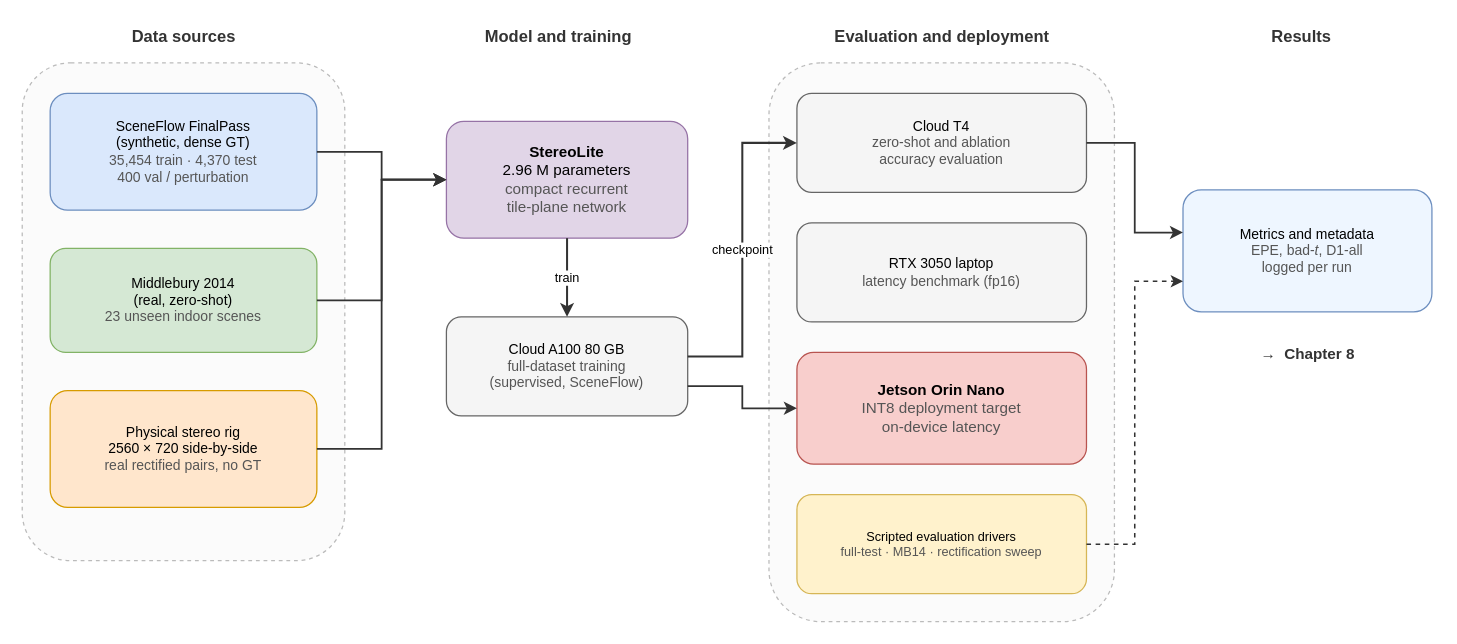
abrar-nazib/StereoLite keeps this draw.io diagram as thesis/book/figures/fig_7_setup.drawio. Above is the earlier version. Source tidied: cells renumbered, new cells numbered last; positions are measured from the earlier drawing's top-left corner, leaving out a move shared by most shapes. Both pictures are drawn from the tidied source at 127%, with x=0, y=0 at pixel (22, 22).
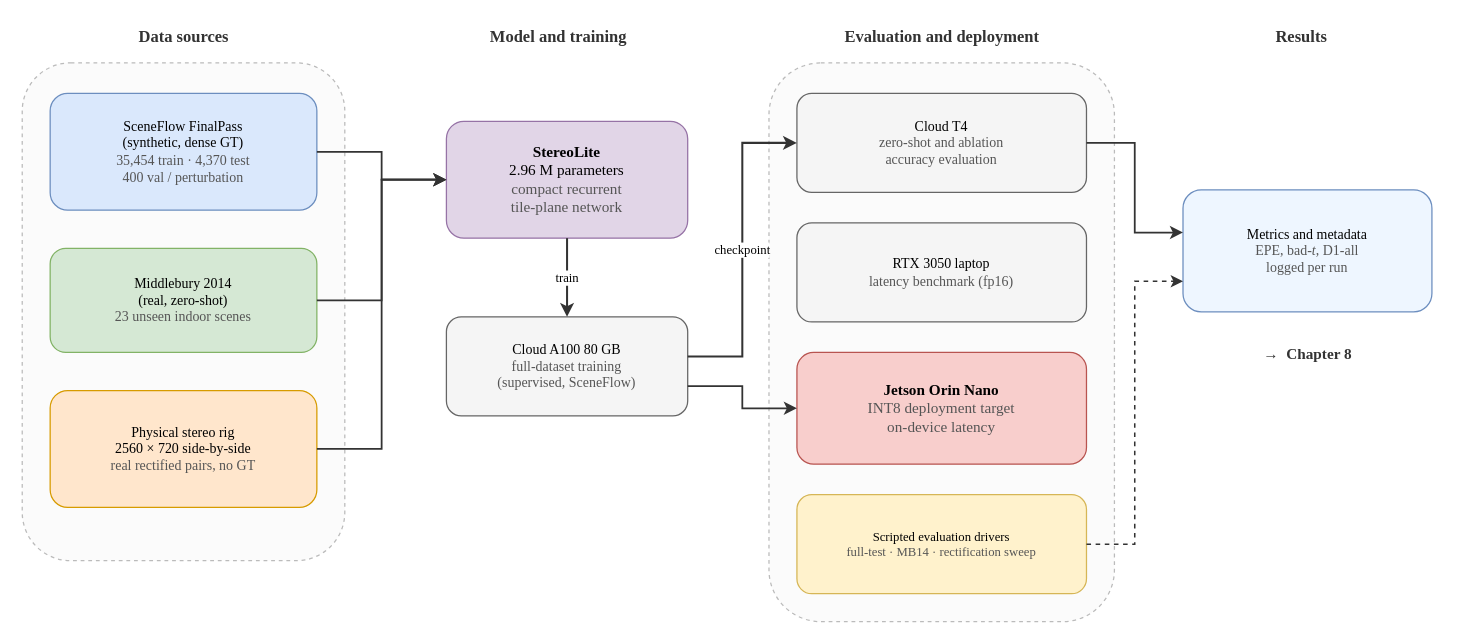
Above is the later version.

What changed in the source:
```diff
@@
-    <mxCell id="2" value="Data sources" style="text;html=1;align=center;verticalAlign=middle;fontSize=13;fontStyle=1;fontColor=#333333;" parent="1" vertex="1">
+    <mxCell id="2" value="Data sources" style="text;html=1;align=center;verticalAlign=middle;fontSize=13;fontStyle=1;fontColor=#333333;fontFamily=Times New Roman;" parent="1" vertex="1">
       <mxGeometry x="2" width="250" height="22" as="geometry" />
     </mxCell>
-    <mxCell id="3" style="rounded=1;whiteSpace=wrap;html=1;fillColor=#fbfbfb;strokeColor=#bbbbbb;fontSize=11;align=center;dashed=1;" parent="1" vertex="1">
+    <mxCell id="3" style="rounded=1;whiteSpace=wrap;html=1;fillColor=#fbfbfb;strokeColor=#bbbbbb;fontSize=11;align=center;dashed=1;fontFamily=Times New Roman;" parent="1" vertex="1">
       <mxGeometry y="32" width="254" height="392" as="geometry" />
     </mxCell>
-    <mxCell id="4" value="SceneFlow FinalPass&lt;br&gt;(synthetic, dense GT)&lt;br&gt;&lt;font color='#555'&gt;35,454 train · 4,370 test&lt;br&gt;400 val / perturbation&lt;/font&gt;" style="rounded=1;whiteSpace=wrap;html=1;fillColor=#dae8fc;strokeColor=#6c8ebf;fontSize=11;align=center;" parent="1" vertex="1">
+    <mxCell id="4" value="SceneFlow FinalPass&lt;br&gt;(synthetic, dense GT)&lt;br&gt;&lt;font color='#555'&gt;35,454 train · 4,370 test&lt;br&gt;400 val / perturbation&lt;/font&gt;" style="rounded=1;whiteSpace=wrap;html=1;fillColor=#dae8fc;strokeColor=#6c8ebf;fontSize=11;align=center;fontFamily=Times New Roman;" parent="1" vertex="1">
       <mxGeometry x="22" y="56" width="210" height="92" as="geometry" />
     </mxCell>
-    <mxCell id="5" value="Middlebury 2014&lt;br&gt;(real, zero-shot)&lt;br&gt;&lt;font color='#555'&gt;23 unseen indoor scenes&lt;/font&gt;" style="rounded=1;whiteSpace=wrap;html=1;fillColor=#d5e8d4;strokeColor=#82b366;fontSize=11;align=center;" parent="1" vertex="1">
+    <mxCell id="5" value="Middlebury 2014&lt;br&gt;(real, zero-shot)&lt;br&gt;&lt;font color='#555'&gt;23 unseen indoor scenes&lt;/font&gt;" style="rounded=1;whiteSpace=wrap;html=1;fillColor=#d5e8d4;strokeColor=#82b366;fontSize=11;align=center;fontFamily=Times New Roman;" parent="1" vertex="1">
       <mxGeometry x="22" y="178" width="210" height="82" as="geometry" />
     </mxCell>
-    <mxCell id="6" value="Physical stereo rig&lt;br&gt;2560 &amp;#215; 720 side-by-side&lt;br&gt;&lt;font color='#555'&gt;real rectified pairs, no GT&lt;/font&gt;" style="rounded=1;whiteSpace=wrap;html=1;fillColor=#ffe6cc;strokeColor=#d79b00;fontSize=11;align=center;" parent="1" vertex="1">
+    <mxCell id="6" value="Physical stereo rig&lt;br&gt;2560 &amp;#215; 720 side-by-side&lt;br&gt;&lt;font color='#555'&gt;real rectified pairs, no GT&lt;/font&gt;" style="rounded=1;whiteSpace=wrap;html=1;fillColor=#ffe6cc;strokeColor=#d79b00;fontSize=11;align=center;fontFamily=Times New Roman;" parent="1" vertex="1">
       <mxGeometry x="22" y="290" width="210" height="92" as="geometry" />
     </mxCell>
-    <mxCell id="7" value="Model and training" style="text;html=1;align=center;verticalAlign=middle;fontSize=13;fontStyle=1;fontColor=#333333;" parent="1" vertex="1">
+    <mxCell id="7" value="Model and training" style="text;html=1;align=center;verticalAlign=middle;fontSize=13;fontStyle=1;fontColor=#333333;fontFamily=Times New Roman;" parent="1" vertex="1">
       <mxGeometry x="322" width="200" height="22" as="geometry" />
     </mxCell>
-    <mxCell id="8" value="&lt;b&gt;StereoLite&lt;/b&gt;&lt;br&gt;2.96 M parameters&lt;br&gt;&lt;font color='#555'&gt;compact recurrent&lt;br&gt;tile-plane network&lt;/font&gt;" style="rounded=1;whiteSpace=wrap;html=1;fillColor=#e1d5e7;strokeColor=#9673a6;fontSize=12;align=center;" parent="1" vertex="1">
+    <mxCell id="8" value="&lt;b&gt;StereoLite&lt;/b&gt;&lt;br&gt;2.96 M parameters&lt;br&gt;&lt;font color='#555'&gt;compact recurrent&lt;br&gt;tile-plane network&lt;/font&gt;" style="rounded=1;whiteSpace=wrap;html=1;fillColor=#e1d5e7;strokeColor=#9673a6;fontSize=12;align=center;fontFamily=Times New Roman;" parent="1" vertex="1">
       <mxGeometry x="334" y="78" width="190" height="92" as="geometry" />
     </mxCell>
-    <mxCell id="9" value="Cloud A100 80 GB&lt;br&gt;&lt;font color='#555'&gt;full-dataset training&lt;br&gt;(supervised, SceneFlow)&lt;/font&gt;" style="rounded=1;whiteSpace=wrap;html=1;fillColor=#f5f5f5;strokeColor=#666666;fontSize=11;align=center;" parent="1" vertex="1">
+    <mxCell id="9" value="Cloud A100 80 GB&lt;br&gt;&lt;font color='#555'&gt;full-dataset training&lt;br&gt;(supervised, SceneFlow)&lt;/font&gt;" style="rounded=1;whiteSpace=wrap;html=1;fillColor=#f5f5f5;strokeColor=#666666;fontSize=11;align=center;fontFamily=Times New Roman;" parent="1" vertex="1">
       <mxGeometry x="334" y="232" width="190" height="78" as="geometry" />
     </mxCell>
-    <mxCell id="10" value="Evaluation and deployment" style="text;html=1;align=center;verticalAlign=middle;fontSize=13;fontStyle=1;fontColor=#333333;" parent="1" vertex="1">
+    <mxCell id="10" value="Evaluation and deployment" style="text;html=1;align=center;verticalAlign=middle;fontSize=13;fontStyle=1;fontColor=#333333;fontFamily=Times New Roman;" parent="1" vertex="1">
       <mxGeometry x="590" width="268" height="22" as="geometry" />
     </mxCell>
-    <mxCell id="11" style="rounded=1;whiteSpace=wrap;html=1;fillColor=#fbfbfb;strokeColor=#bbbbbb;fontSize=11;align=center;dashed=1;" parent="1" vertex="1">
+    <mxCell id="11" style="rounded=1;whiteSpace=wrap;html=1;fillColor=#fbfbfb;strokeColor=#bbbbbb;fontSize=11;align=center;dashed=1;fontFamily=Times New Roman;" parent="1" vertex="1">
       <mxGeometry x="588" y="32" width="272" height="440" as="geometry" />
     </mxCell>
-    <mxCell id="12" value="Cloud T4&lt;br&gt;&lt;font color='#555'&gt;zero-shot and ablation&lt;br&gt;accuracy evaluation&lt;/font&gt;" style="rounded=1;whiteSpace=wrap;html=1;fillColor=#f5f5f5;strokeColor=#666666;fontSize=11;align=center;" parent="1" vertex="1">
+    <mxCell id="12" value="Cloud T4&lt;br&gt;&lt;font color='#555'&gt;zero-shot and ablation&lt;br&gt;accuracy evaluation&lt;/font&gt;" style="rounded=1;whiteSpace=wrap;html=1;fillColor=#f5f5f5;strokeColor=#666666;fontSize=11;align=center;fontFamily=Times New Roman;" parent="1" vertex="1">
       <mxGeometry x="610" y="56" width="228" height="78" as="geometry" />
     </mxCell>
-    <mxCell id="13" value="RTX 3050 laptop&lt;br&gt;&lt;font color='#555'&gt;latency benchmark (fp16)&lt;/font&gt;" style="rounded=1;whiteSpace=wrap;html=1;fillColor=#f5f5f5;strokeColor=#666666;fontSize=11;align=center;" parent="1" vertex="1">
+    <mxCell id="13" value="RTX 3050 laptop&lt;br&gt;&lt;font color='#555'&gt;latency benchmark (fp16)&lt;/font&gt;" style="rounded=1;whiteSpace=wrap;html=1;fillColor=#f5f5f5;strokeColor=#666666;fontSize=11;align=center;fontFamily=Times New Roman;" parent="1" vertex="1">
       <mxGeometry x="610" y="158" width="228" height="78" as="geometry" />
     </mxCell>
-    <mxCell id="14" value="&lt;b&gt;Jetson Orin Nano&lt;/b&gt;&lt;br&gt;&lt;font color='#555'&gt;INT8 deployment target&lt;br&gt;on-device latency&lt;/font&gt;" style="rounded=1;whiteSpace=wrap;html=1;fillColor=#f8cecc;strokeColor=#b85450;fontSize=12;align=center;" parent="1" vertex="1">
+    <mxCell id="14" value="&lt;b&gt;Jetson Orin Nano&lt;/b&gt;&lt;br&gt;&lt;font color='#555'&gt;INT8 deployment target&lt;br&gt;on-device latency&lt;/font&gt;" style="rounded=1;whiteSpace=wrap;html=1;fillColor=#f8cecc;strokeColor=#b85450;fontSize=12;align=center;fontFamily=Times New Roman;" parent="1" vertex="1">
       <mxGeometry x="610" y="260" width="228" height="88" as="geometry" />
     </mxCell>
-    <mxCell id="15" value="Scripted evaluation drivers&lt;br&gt;&lt;font color='#555'&gt;full-test · MB14 · rectification sweep&lt;/font&gt;" style="rounded=1;whiteSpace=wrap;html=1;fillColor=#fff2cc;strokeColor=#d6b656;fontSize=10;align=center;" parent="1" vertex="1">
+    <mxCell id="15" value="Scripted evaluation drivers&lt;br&gt;&lt;font color='#555'&gt;full-test · MB14 · rectification sweep&lt;/font&gt;" style="rounded=1;whiteSpace=wrap;html=1;fillColor=#fff2cc;strokeColor=#d6b656;fontSize=10;align=center;fontFamily=Times New Roman;" parent="1" vertex="1">
       <mxGeometry x="610" y="372" width="228" height="78" as="geometry" />
     </mxCell>
-    <mxCell id="16" value="Results" style="text;html=1;align=center;verticalAlign=middle;fontSize=13;fontStyle=1;fontColor=#333333;" parent="1" vertex="1">
+    <mxCell id="16" value="Results" style="text;html=1;align=center;verticalAlign=middle;fontSize=13;fontStyle=1;fontColor=#333333;fontFamily=Times New Roman;" parent="1" vertex="1">
       <mxGeometry x="902" width="210" height="22" as="geometry" />
     </mxCell>
-    <mxCell id="17" value="Metrics and metadata&lt;br&gt;&lt;font color='#555'&gt;EPE, bad-&lt;i&gt;t&lt;/i&gt;, D1-all&lt;br&gt;logged per run&lt;/font&gt;" style="rounded=1;whiteSpace=wrap;html=1;fillColor=#eef6ff;strokeColor=#6c8ebf;fontSize=11;align=center;" parent="1" vertex="1">
+    <mxCell id="17" value="Metrics and metadata&lt;br&gt;&lt;font color='#555'&gt;EPE, bad-&lt;i&gt;t&lt;/i&gt;, D1-all&lt;br&gt;logged per run&lt;/font&gt;" style="rounded=1;whiteSpace=wrap;html=1;fillColor=#eef6ff;strokeColor=#6c8ebf;fontSize=11;align=center;fontFamily=Times New Roman;" parent="1" vertex="1">
       <mxGeometry x="914" y="132" width="196" height="96" as="geometry" />
     </mxCell>
-    <mxCell id="18" value="&amp;#8594;&amp;nbsp; Chapter 8" style="text;html=1;align=center;verticalAlign=middle;fontSize=12;fontStyle=1;fontColor=#333333;" parent="1" vertex="1">
+    <mxCell id="18" value="&amp;#8594;&amp;nbsp; Chapter 8" style="text;html=1;align=center;verticalAlign=middle;fontSize=12;fontStyle=1;fontColor=#333333;fontFamily=Times New Roman;" parent="1" vertex="1">
       <mxGeometry x="914" y="250" width="196" height="24" as="geometry" />
     </mxCell>
-    <mxCell id="19" style="edgeStyle=orthogonalEdgeStyle;rounded=0;html=1;jettySize=auto;strokeColor=#333333;strokeWidth=1.4;fontSize=10;exitX=1;exitY=0.5;exitDx=0;exitDy=0;entryX=0;entryY=0.5;entryDx=0;entryDy=0;" parent="1" edge="1" source="4" target="8">
+    <mxCell id="19" style="edgeStyle=orthogonalEdgeStyle;rounded=0;html=1;jettySize=auto;strokeColor=#333333;strokeWidth=1.4;fontSize=10;exitX=1;exitY=0.5;exitDx=0;exitDy=0;entryX=0;entryY=0.5;entryDx=0;entryDy=0;fontFamily=Times New Roman;" parent="1" edge="1" source="4" target="8">
       <mxGeometry relative="1" as="geometry" />
     </mxCell>
-    <mxCell id="20" style="edgeStyle=orthogonalEdgeStyle;rounded=0;html=1;jettySize=auto;strokeColor=#333333;strokeWidth=1.4;fontSize=10;exitX=1;exitY=0.5;exitDx=0;exitDy=0;entryX=0;entryY=0.5;entryDx=0;entryDy=0;" parent="1" edge="1" source="5" target="8">
+    <mxCell id="20" style="edgeStyle=orthogonalEdgeStyle;rounded=0;html=1;jettySize=auto;strokeColor=#333333;strokeWidth=1.4;fontSize=10;exitX=1;exitY=0.5;exitDx=0;exitDy=0;entryX=0;entryY=0.5;entryDx=0;entryDy=0;fontFamily=Times New Roman;" parent="1" edge="1" source="5" target="8">
       <mxGeometry relative="1" as="geometry" />
     </mxCell>
-    <mxCell id="21" style="edgeStyle=orthogonalEdgeStyle;rounded=0;html=1;jettySize=auto;strokeColor=#333333;strokeWidth=1.4;fontSize=10;exitX=1;exitY=0.5;exitDx=0;exitDy=0;entryX=0;entryY=0.5;entryDx=0;entryDy=0;" parent="1" edge="1" source="6" target="8">
+    <mxCell id="21" style="edgeStyle=orthogonalEdgeStyle;rounded=0;html=1;jettySize=auto;strokeColor=#333333;strokeWidth=1.4;fontSize=10;exitX=1;exitY=0.5;exitDx=0;exitDy=0;entryX=0;entryY=0.5;entryDx=0;entryDy=0;fontFamily=Times New Roman;" parent="1" edge="1" source="6" target="8">
       <mxGeometry relative="1" as="geometry" />
     </mxCell>
-    <mxCell id="22" value="train" style="edgeStyle=orthogonalEdgeStyle;rounded=0;html=1;jettySize=auto;strokeColor=#333333;strokeWidth=1.6;fontSize=10;exitX=0.5;exitY=1;exitDx=0;exitDy=0;entryX=0.5;entryY=0;entryDx=0;entryDy=0;" parent="1" edge="1" source="8" target="9">
+    <mxCell id="22" value="train" style="edgeStyle=orthogonalEdgeStyle;rounded=0;html=1;jettySize=auto;strokeColor=#333333;strokeWidth=1.6;fontSize=10;exitX=0.5;exitY=1;exitDx=0;exitDy=0;entryX=0.5;entryY=0;entryDx=0;entryDy=0;fontFamily=Times New Roman;" parent="1" edge="1" source="8" target="9">
       <mxGeometry relative="1" as="geometry" />
     </mxCell>
-    <mxCell id="23" value="checkpoint" style="edgeStyle=orthogonalEdgeStyle;rounded=0;html=1;jettySize=auto;strokeColor=#333333;strokeWidth=1.6;fontSize=10;exitX=1;exitY=0.4;exitDx=0;exitDy=0;entryX=0;entryY=0.5;entryDx=0;entryDy=0;" parent="1" edge="1" source="9" target="12">
+    <mxCell id="23" value="checkpoint" style="edgeStyle=orthogonalEdgeStyle;rounded=0;html=1;jettySize=auto;strokeColor=#333333;strokeWidth=1.6;fontSize=10;exitX=1;exitY=0.4;exitDx=0;exitDy=0;entryX=0;entryY=0.5;entryDx=0;entryDy=0;fontFamily=Times New Roman;" parent="1" edge="1" source="9" target="12">
       <mxGeometry relative="1" as="geometry" />
     </mxCell>
-    <mxCell id="24" style="edgeStyle=orthogonalEdgeStyle;rounded=0;html=1;jettySize=auto;strokeColor=#333333;strokeWidth=1.4;fontSize=10;exitX=1;exitY=0.7;exitDx=0;exitDy=0;entryX=0;entryY=0.5;entryDx=0;entryDy=0;" parent="1" edge="1" source="9" target="14">
+    <mxCell id="24" style="edgeStyle=orthogonalEdgeStyle;rounded=0;html=1;jettySize=auto;strokeColor=#333333;strokeWidth=1.4;fontSize=10;exitX=1;exitY=0.7;exitDx=0;exitDy=0;entryX=0;entryY=0.5;entryDx=0;entryDy=0;fontFamily=Times New Roman;" parent="1" edge="1" source="9" target="14">
       <mxGeometry relative="1" as="geometry" />
     </mxCell>
-    <mxCell id="25" style="edgeStyle=orthogonalEdgeStyle;rounded=0;html=1;jettySize=auto;strokeColor=#333333;strokeWidth=1.4;fontSize=10;exitX=1;exitY=0.5;exitDx=0;exitDy=0;entryX=0;entryY=0.35;entryDx=0;entryDy=0;" parent="1" edge="1" source="12" target="17">
+    <mxCell id="25" style="edgeStyle=orthogonalEdgeStyle;rounded=0;html=1;jettySize=auto;strokeColor=#333333;strokeWidth=1.4;fontSize=10;exitX=1;exitY=0.5;exitDx=0;exitDy=0;entryX=0;entryY=0.35;entryDx=0;entryDy=0;fontFamily=Times New Roman;" parent="1" edge="1" source="12" target="17">
       <mxGeometry relative="1" as="geometry" />
     </mxCell>
-    <mxCell id="26" style="edgeStyle=orthogonalEdgeStyle;rounded=0;html=1;jettySize=auto;strokeColor=#333333;strokeWidth=1.2;fontSize=10;dashed=1;exitX=1;exitY=0.5;exitDx=0;exitDy=0;entryX=0;entryY=0.75;entryDx=0;entryDy=0;" parent="1" edge="1" source="15" target="17">
+    <mxCell id="26" style="edgeStyle=orthogonalEdgeStyle;rounded=0;html=1;jettySize=auto;strokeColor=#333333;strokeWidth=1.2;fontSize=10;dashed=1;exitX=1;exitY=0.5;exitDx=0;exitDy=0;entryX=0;entryY=0.75;entryDx=0;entryDy=0;fontFamily=Times New Roman;" parent="1" edge="1" source="15" target="17">
       <mxGeometry relative="1" as="geometry" />
     </mxCell>
```
